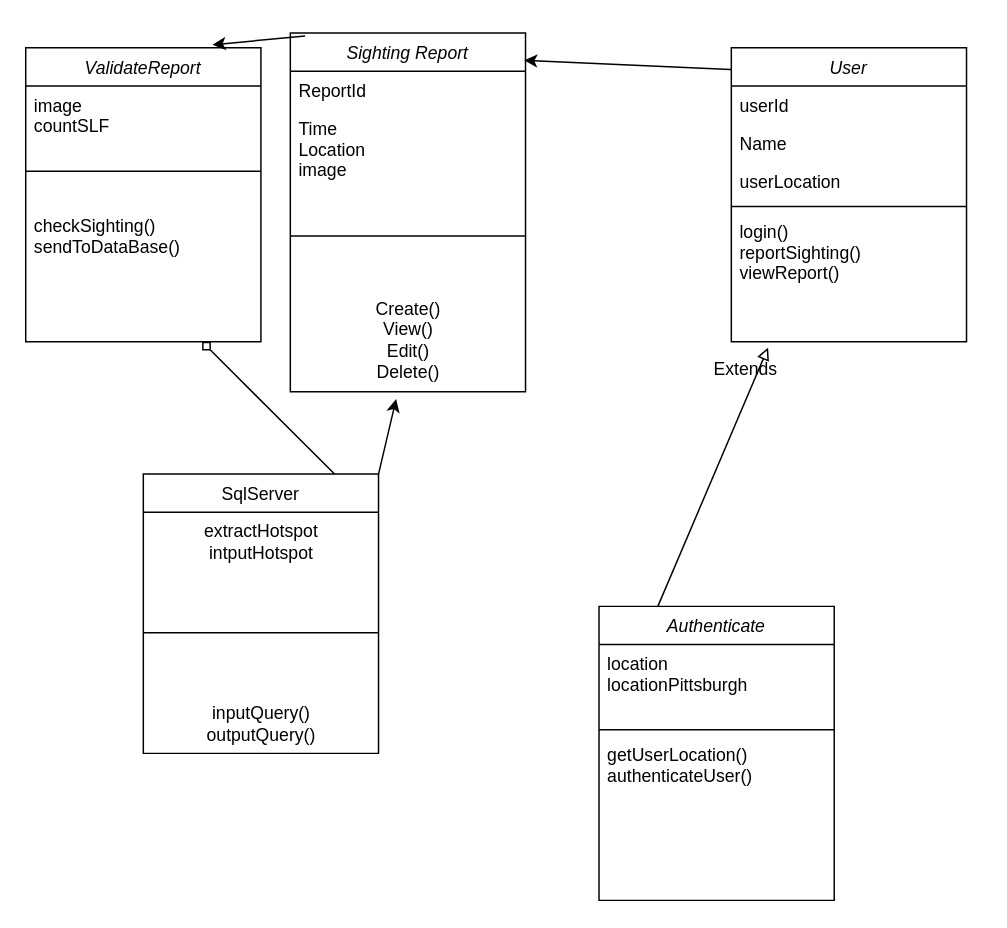
sirfan123/1530 keeps this draw.io diagram as analysisObjectModel.drawio. Above is the earlier version. Source tidied: cells renumbered, new cells numbered last; positions are measured from the earlier drawing's top-left corner, leaving out a move shared by most shapes. Both pictures are drawn from the tidied source at 147%, with x=0, y=0 at pixel (25, 32).
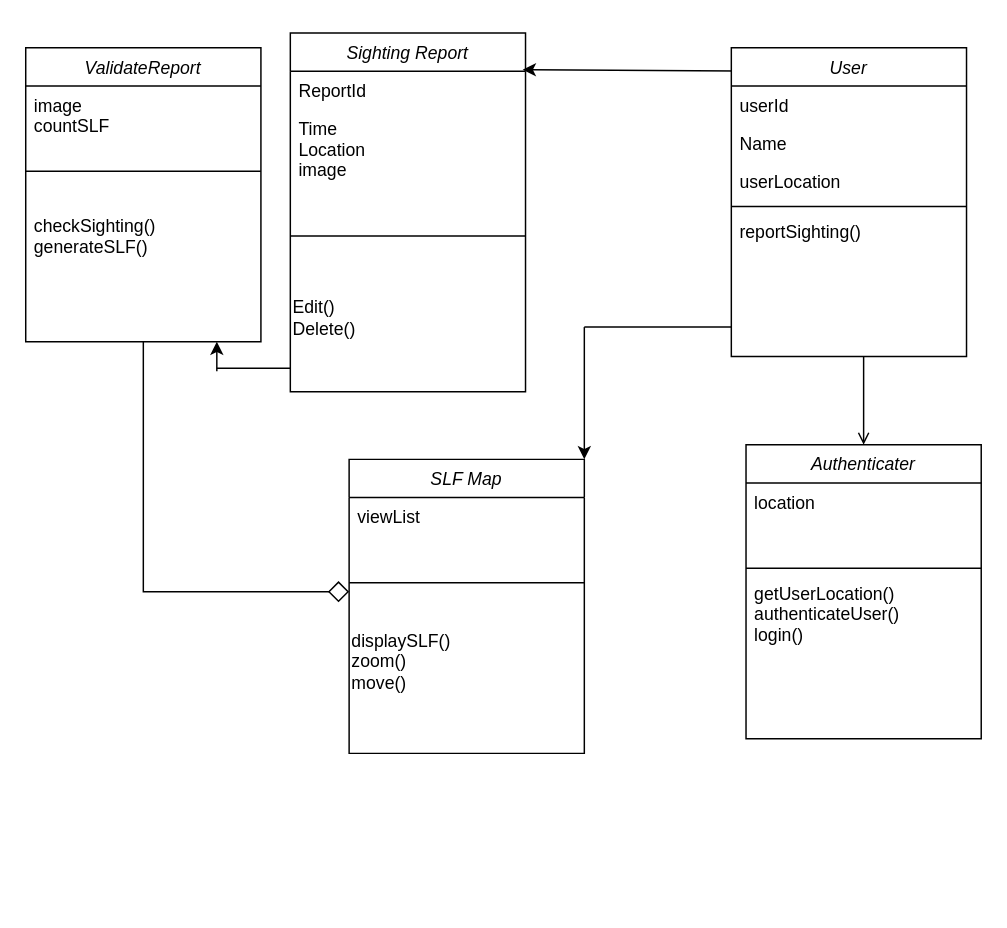
Above is the later version.

Unchanged cells that the change refers to:
```xml
<mxCell id="2" value="Sighting Report" style="swimlane;fontStyle=2;align=center;verticalAlign=top;horizontal=1;startSize=26;rounded=0;shadow=0;strokeWidth=1;" parent="1" vertex="1">
  <mxGeometry x="180" width="160" height="244" as="geometry" />
</mxCell>
<mxCell id="25" value="ValidateReport" style="swimlane;fontStyle=2;align=center;verticalAlign=top;horizontal=1;startSize=26;rounded=0;shadow=0;strokeWidth=1;" parent="1" vertex="1">
  <mxGeometry y="10" width="160" height="200" as="geometry" />
</mxCell>
```

Diff of the diagram source:
```diff
@@
-    <mxCell id="6" value="Create()&lt;br&gt;View()&lt;br&gt;Edit()&lt;br&gt;Delete()" style="text;html=1;align=center;verticalAlign=middle;points=[];strokeColor=none;fillColor=none;" parent="2" vertex="1">
-      <mxGeometry y="174" width="160" height="70" as="geometry" />
+    <mxCell id="6" value="&lt;div style=&quot;&quot;&gt;Edit()&lt;/div&gt;Delete()" style="text;html=1;align=left;verticalAlign=middle;points=[];strokeColor=none;fillColor=none;" parent="2" vertex="1">
+      <mxGeometry y="174" width="160" height="40" as="geometry" />
     </mxCell>
-    <mxCell id="7" value="SqlServer" style="swimlane;fontStyle=0;align=center;verticalAlign=top;horizontal=1;startSize=26;rounded=0;shadow=0;strokeWidth=1;" parent="1" vertex="1">
-      <mxGeometry x="80" y="300" width="160" height="190" as="geometry" />
-    </mxCell>
-    <mxCell id="8" value="extractHotspot&lt;br&gt;intputHotspot" style="text;html=1;align=center;verticalAlign=middle;strokeColor=none;fillColor=none;" parent="7" vertex="1">
-      <mxGeometry y="26" width="160" height="40" as="geometry" />
-    </mxCell>
-    <mxCell id="9" style="line;html=1;strokeWidth=1;align=left;verticalAlign=middle;spacingTop=-1;spacingLeft=3;spacingRight=3;labelPosition=right;" parent="7" vertex="1">
-      <mxGeometry y="66" width="160" height="84" as="geometry" />
-    </mxCell>
-    <mxCell id="10" value="inputQuery()&lt;br&gt;outputQuery()" style="text;html=1;align=center;verticalAlign=middle;strokeColor=none;fillColor=none;" parent="7" vertex="1">
-      <mxGeometry y="150" width="160" height="40" as="geometry" />
-    </mxCell>
-    <mxCell id="11" style="endArrow=classic;html=1;rounded=0;entryX=0.994;entryY=0.076;entryDx=0;entryDy=0;entryPerimeter=0;exitX=0.019;exitY=0.075;exitDx=0;exitDy=0;exitPerimeter=0;" parent="1" edge="1" source="16" target="2">
+    <mxCell id="11" style="endArrow=classic;html=1;rounded=0;exitX=0.019;exitY=0.075;exitDx=0;exitDy=0;exitPerimeter=0;entryX=0.988;entryY=0.102;entryDx=0;entryDy=0;entryPerimeter=0;" parent="1" edge="1" source="16" target="2">
       <mxGeometry relative="1" as="geometry" />
     </mxCell>
-    <mxCell id="12" value="Authenticate" style="swimlane;fontStyle=2;align=center;verticalAlign=top;horizontal=1;startSize=26;rounded=0;shadow=0;strokeWidth=1;" parent="1" vertex="1">
-      <mxGeometry x="390" y="390" width="160" height="200" as="geometry" />
+    <mxCell id="12" value="Authenticater" style="swimlane;fontStyle=2;align=center;verticalAlign=top;horizontal=1;startSize=26;rounded=0;shadow=0;strokeWidth=1;" parent="1" vertex="1">
+      <mxGeometry x="490" y="280" width="160" height="200" as="geometry" />
     </mxCell>
-    <mxCell id="13" value="location&#10;locationPittsburgh" style="text;align=left;verticalAlign=top;spacingLeft=4;spacingRight=4;overflow=hidden;" parent="12" vertex="1">
+    <mxCell id="13" value="location&#10;" style="text;align=left;verticalAlign=top;spacingLeft=4;spacingRight=4;overflow=hidden;" parent="12" vertex="1">
       <mxGeometry y="26" width="160" height="54" as="geometry" />
     </mxCell>
@@
-    <mxCell id="15" value="getUserLocation()&#10;authenticateUser()&#10;&#10;&#10;" style="text;align=left;verticalAlign=top;spacingLeft=4;spacingRight=4;overflow=hidden;" parent="12" vertex="1">
+    <mxCell id="15" value="getUserLocation()&#10;authenticateUser()&#10;login()&#10;&#10;&#10;" style="text;align=left;verticalAlign=top;spacingLeft=4;spacingRight=4;overflow=hidden;" parent="12" vertex="1">
       <mxGeometry y="88" width="160" height="68" as="geometry" />
     </mxCell>
     <mxCell id="16" value="User" style="swimlane;fontStyle=2;align=center;verticalAlign=top;horizontal=1;startSize=26;rounded=0;shadow=0;strokeWidth=1;" parent="1" vertex="1">
-      <mxGeometry x="480" y="10" width="160" height="200" as="geometry" />
+      <mxGeometry x="480" y="10" width="160" height="210" as="geometry" />
     </mxCell>
@@
-    <mxCell id="21" value="login()&#10;reportSighting()&#10;viewReport()&#10;" style="text;align=left;verticalAlign=top;spacingLeft=4;spacingRight=4;overflow=hidden;" parent="16" vertex="1">
+    <mxCell id="21" value="reportSighting()&#10;&#10;&#10;" style="text;align=left;verticalAlign=top;spacingLeft=4;spacingRight=4;overflow=hidden;" parent="16" vertex="1">
       <mxGeometry y="112" width="160" height="68" as="geometry" />
     </mxCell>
-    <mxCell id="22" style="endArrow=block;html=1;rounded=0;endFill=0;exitX=0.25;exitY=0;exitDx=0;exitDy=0;entryX=0.75;entryY=0;entryDx=0;entryDy=0;" parent="1" edge="1" source="12" target="24">
-      <mxGeometry relative="1" as="geometry" />
+    <mxCell id="22" style="endArrow=none;html=1;rounded=0;endFill=0;endSize=11;startArrow=open;startFill=0;" parent="1" edge="1" source="12">
+      <mxGeometry relative="1" as="geometry">
+        <mxPoint x="570" y="220" as="targetPoint" />
+      </mxGeometry>
     </mxCell>
-    <mxCell id="23" style="endArrow=diamond;html=1;rounded=0;exitX=0.813;exitY=0;exitDx=0;exitDy=0;exitPerimeter=0;entryX=0.75;entryY=1;entryDx=0;entryDy=0;endFill=0;" parent="1" edge="1" source="7" target="25">
-      <mxGeometry relative="1" as="geometry" />
-    </mxCell>
-    <mxCell id="24" value="Extends" style="text;html=1;strokeColor=none;fillColor=none;align=center;verticalAlign=middle;whiteSpace=wrap;rounded=0;" parent="1" vertex="1">
-      <mxGeometry x="460" y="214" width="60" height="30" as="geometry" />
-    </mxCell>
@@
-    <mxCell id="28" value="checkSighting()&#10;sendToDataBase()" style="text;align=left;verticalAlign=top;spacingLeft=4;spacingRight=4;overflow=hidden;" parent="25" vertex="1">
+    <mxCell id="28" value="checkSighting()&#10;generateSLF()&#10;" style="text;align=left;verticalAlign=top;spacingLeft=4;spacingRight=4;overflow=hidden;" parent="25" vertex="1">
       <mxGeometry y="108" width="160" height="48" as="geometry" />
     </mxCell>
-    <mxCell id="29" style="endArrow=classic;html=1;rounded=0;entryX=0.794;entryY=-0.01;entryDx=0;entryDy=0;entryPerimeter=0;exitX=0.063;exitY=0.008;exitDx=0;exitDy=0;exitPerimeter=0;" parent="1" edge="1" source="2" target="25">
-      <mxGeometry relative="1" as="geometry" />
-    </mxCell>
-    <mxCell id="30" style="endArrow=classic;html=1;rounded=0;exitX=1;exitY=0;exitDx=0;exitDy=0;entryX=0.45;entryY=1.071;entryDx=0;entryDy=0;entryPerimeter=0;" parent="1" edge="1" source="7" target="6">
-      <mxGeometry relative="1" as="geometry" />
-    </mxCell>
+    <mxCell id="31" value="SLF Map" style="swimlane;fontStyle=2;align=center;verticalAlign=top;horizontal=1;startSize=26;rounded=0;shadow=0;strokeWidth=1;" parent="1" vertex="1">
+      <mxGeometry x="220" y="290" width="160" height="200" as="geometry" />
+    </mxCell>
+    <mxCell id="32" value="viewList&#10;" style="text;align=left;verticalAlign=top;spacingLeft=4;spacingRight=4;overflow=hidden;rounded=0;shadow=0;html=0;" parent="31" vertex="1">
+      <mxGeometry y="26" width="160" height="34" as="geometry" />
+    </mxCell>
+    <mxCell id="33" style="line;html=1;strokeWidth=1;align=left;verticalAlign=middle;spacingTop=-1;spacingLeft=3;spacingRight=3;labelPosition=right;" parent="31" vertex="1">
+      <mxGeometry y="60" width="160" height="48" as="geometry" />
+    </mxCell>
+    <mxCell id="34" value="&lt;div style=&quot;&quot;&gt;&lt;div style=&quot;&quot;&gt;&lt;div style=&quot;&quot;&gt;&lt;div style=&quot;&quot;&gt;&lt;div style=&quot;&quot;&gt;&lt;div style=&quot;&quot;&gt;&lt;div style=&quot;&quot;&gt;&lt;div style=&quot;&quot;&gt;&lt;div style=&quot;&quot;&gt;&lt;div style=&quot;&quot;&gt;&lt;div style=&quot;&quot;&gt;&lt;div style=&quot;&quot;&gt;&lt;div style=&quot;&quot;&gt;&lt;div style=&quot;&quot;&gt;displaySLF()&lt;/div&gt;&lt;/div&gt;&lt;/div&gt;&lt;/div&gt;&lt;/div&gt;&lt;/div&gt;&lt;/div&gt;&lt;/div&gt;&lt;/div&gt;&lt;/div&gt;&lt;/div&gt;&lt;/div&gt;&lt;/div&gt;&lt;/div&gt;zoom()&lt;br&gt;move()" style="text;html=1;align=left;verticalAlign=middle;strokeColor=none;fillColor=none;" parent="31" vertex="1">
+      <mxGeometry y="108" width="160" height="60" as="geometry" />
+    </mxCell>
+    <mxCell id="35" style="endArrow=diamond;html=1;rounded=0;exitX=0.5;exitY=1;exitDx=0;exitDy=0;endFill=0;endSize=12;" parent="1" edge="1" source="25">
+      <mxGeometry relative="1" as="geometry">
+        <mxPoint x="220" y="380" as="targetPoint" />
+        <Array as="points">
+          <mxPoint x="80" y="380" />
+        </Array>
+      </mxGeometry>
+    </mxCell>
+    <mxCell id="36" style="endArrow=none;html=1;rounded=0;startArrow=none;startFill=0;sourcePerimeterSpacing=11;startSize=13;" parent="1" edge="1">
+      <mxGeometry relative="1" as="geometry">
+        <mxPoint x="480" y="200" as="sourcePoint" />
+        <mxPoint x="380" y="200" as="targetPoint" />
+      </mxGeometry>
+    </mxCell>
+    <mxCell id="37" style="endArrow=classic;html=1;rounded=0;entryX=1;entryY=0;entryDx=0;entryDy=0;" parent="1" edge="1" target="31">
+      <mxGeometry relative="1" as="geometry">
+        <mxPoint x="380" y="200" as="sourcePoint" />
+      </mxGeometry>
+    </mxCell>
+    <mxCell id="38" style="endArrow=none;html=1;rounded=0;" parent="1" edge="1">
+      <mxGeometry relative="1" as="geometry">
+        <mxPoint x="180" y="228" as="sourcePoint" />
+        <mxPoint x="130" y="228" as="targetPoint" />
+      </mxGeometry>
+    </mxCell>
+    <mxCell id="39" style="endArrow=classic;html=1;rounded=0;" parent="1" edge="1">
+      <mxGeometry relative="1" as="geometry">
+        <mxPoint x="130" y="230" as="sourcePoint" />
+        <mxPoint x="130" y="210" as="targetPoint" />
+      </mxGeometry>
+    </mxCell>
```
